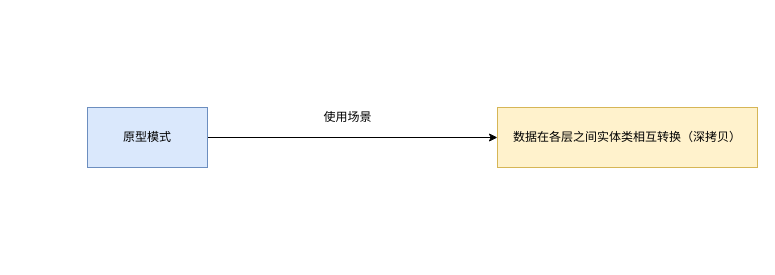
Earlier version of the draw.io diagram 设计模式.drawio (sunshuwei520/weishao). Source tidied: cells renumbered, new cells numbered last; positions are measured from the earlier drawing's top-left corner, leaving out a move shared by most shapes. Both pictures are drawn from the tidied source at 100%, with x=0, y=0 at pixel (87, 107).
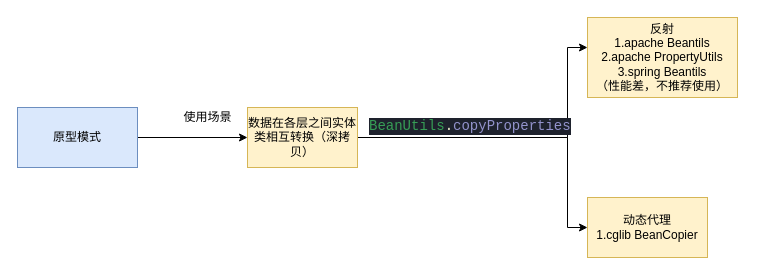
The same page after the edit.

Diff of the diagram source:
```diff
@@
 <mxGraphModel>
   <root>
     <mxCell id="0" />
     <mxCell id="1" parent="0" />
     <mxCell id="2" style="edgeStyle=orthogonalEdgeStyle;rounded=0;jettySize=auto;html=1;" parent="1" edge="1" source="3" target="4">
       <mxGeometry relative="1" as="geometry" />
     </mxCell>
     <mxCell id="3" value="原型模式" style="rounded=0;whiteSpace=wrap;html=1;fillColor=#dae8fc;strokeColor=#6c8ebf;" parent="1" vertex="1">
-      <mxGeometry width="120" height="60" as="geometry" />
+      <mxGeometry x="-70" width="120" height="60" as="geometry" />
     </mxCell>
+    <mxCell id="6" style="edgeStyle=orthogonalEdgeStyle;rounded=0;jettySize=auto;html=1;" parent="1" edge="1" source="4" target="8">
+      <mxGeometry relative="1" as="geometry">
+        <Array as="points">
+          <mxPoint x="480" y="30" />
+          <mxPoint x="480" y="120" />
+        </Array>
+      </mxGeometry>
+    </mxCell>
+    <mxCell id="7" style="edgeStyle=orthogonalEdgeStyle;rounded=0;jettySize=auto;html=1;" parent="1" edge="1" source="4" target="9">
+      <mxGeometry relative="1" as="geometry">
+        <Array as="points">
+          <mxPoint x="480" y="30" />
+          <mxPoint x="480" y="-60" />
+        </Array>
+      </mxGeometry>
+    </mxCell>
     <mxCell id="4" value="数据在各层之间实体类相互转换（深拷贝）" style="whiteSpace=wrap;html=1;rounded=0;fillColor=#fff2cc;strokeColor=#d6b656;" parent="1" vertex="1">
-      <mxGeometry x="410" width="260" height="60" as="geometry" />
+      <mxGeometry x="160" width="110" height="60" as="geometry" />
     </mxCell>
     <mxCell id="5" value="使用场景" style="text;html=1;align=center;verticalAlign=middle;strokeColor=none;fillColor=none;" parent="1" vertex="1">
-      <mxGeometry x="230" width="60" height="20" as="geometry" />
+      <mxGeometry x="90" width="60" height="20" as="geometry" />
     </mxCell>
+    <mxCell id="8" value="动态代理&lt;br&gt;1.cglib BeanCopier" style="whiteSpace=wrap;html=1;rounded=0;strokeColor=#d6b656;fillColor=#fff2cc;" parent="1" vertex="1">
+      <mxGeometry x="500" y="90" width="120" height="60" as="geometry" />
+    </mxCell>
+    <mxCell id="9" value="反射&lt;br&gt;1.apache Beantils&lt;br&gt;2.apache PropertyUtils&lt;br&gt;3.spring Beantils&lt;br&gt;（性能差，不推荐使用）" style="whiteSpace=wrap;html=1;rounded=0;strokeColor=#d6b656;fillColor=#fff2cc;" parent="1" vertex="1">
+      <mxGeometry x="500" y="-90" width="150" height="80" as="geometry" />
+    </mxCell>
+    <mxCell id="10" value="&lt;pre style=&quot;background-color: #1e222d ; color: #e2e2e2 ; font-family: &amp;quot;consolas&amp;quot; , monospace ; font-size: 10.5pt&quot;&gt;&lt;span style=&quot;color: #379e56&quot;&gt;BeanUtils&lt;/span&gt;&lt;span style=&quot;color: #f0efd0&quot;&gt;.&lt;/span&gt;&lt;span style=&quot;color: #9393cc&quot;&gt;copyProperties&lt;/span&gt;&lt;/pre&gt;" style="text;whiteSpace=wrap;html=1;" parent="1" vertex="1">
+      <mxGeometry x="280" y="-10" width="210" height="60" as="geometry" />
+    </mxCell>
   </root>
 </mxGraphModel>
```
